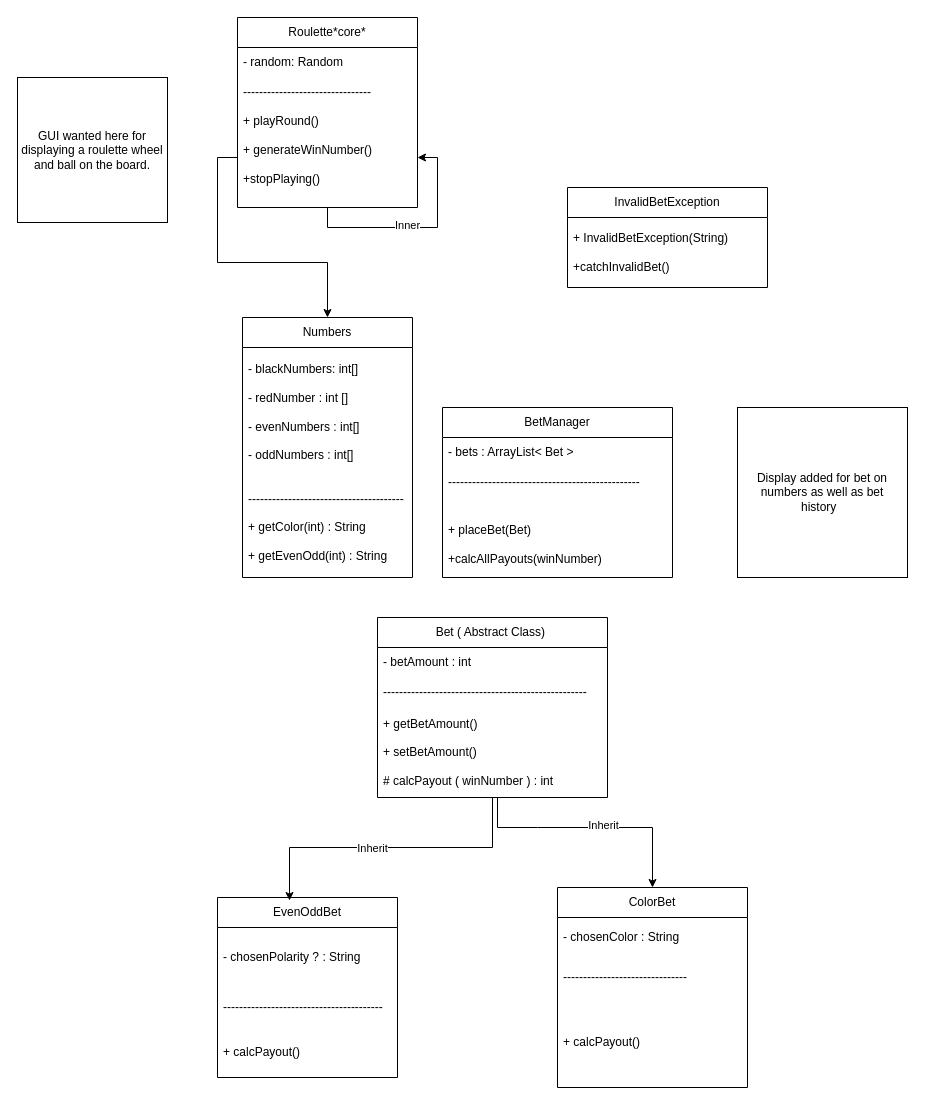
Before: UD1Middy.drawio in CS112-2564-Fall2024/ud1-it-s-not-gambling-it-s-research, a draw.io diagram. Source tidied: cells renumbered, new cells numbered last; positions are measured from the earlier drawing's top-left corner, leaving out a move shared by most shapes. Both pictures are drawn from the tidied source at 100%, with x=0, y=0 at pixel (17, 17).
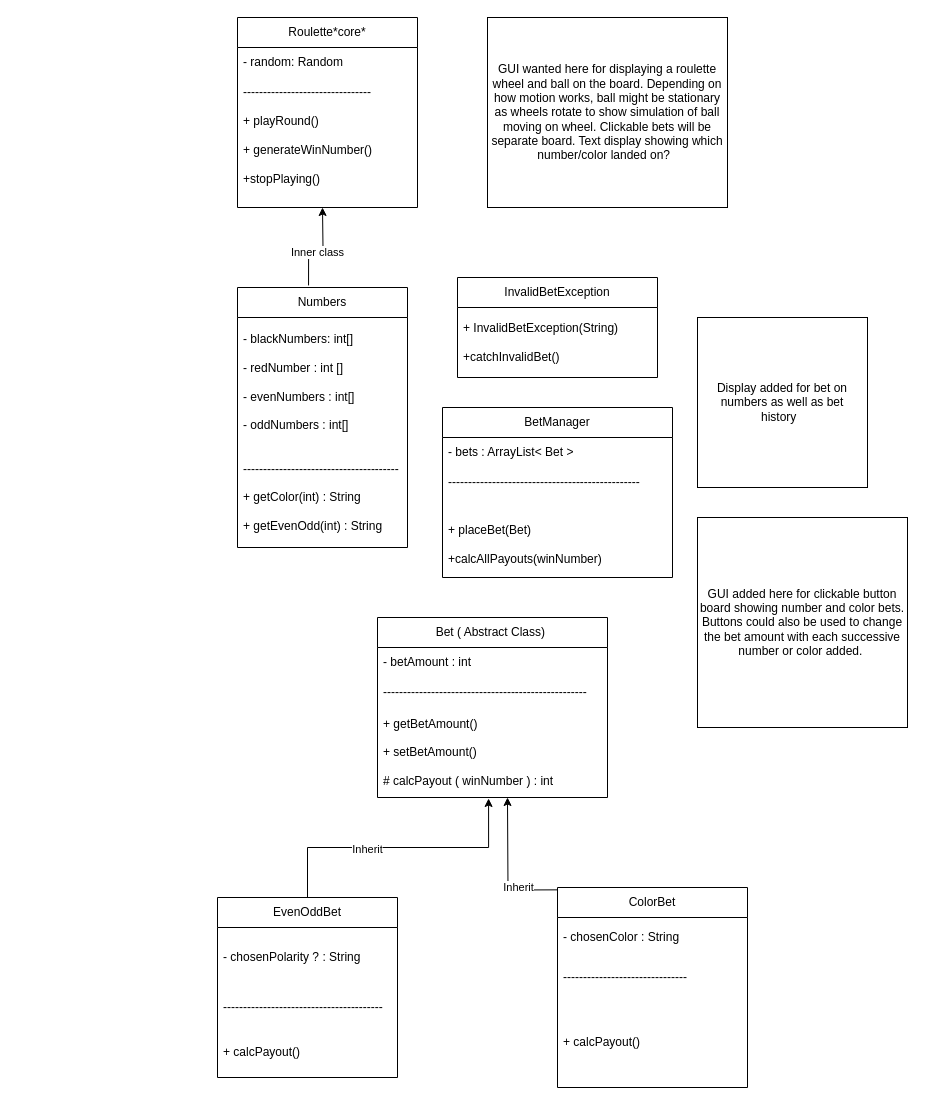
Above is the later version.

Unchanged cells that the change refers to:
```xml
<mxCell id="3" value="Roulette*core*" style="swimlane;fontStyle=0;horizontal=1;startSize=30;whiteSpace=wrap;html=1;" parent="1" vertex="1">
  <mxGeometry x="220" width="180" height="190" as="geometry" />
</mxCell>
<mxCell id="8" value="+ playRound()&lt;div&gt;&lt;br&gt;&lt;div&gt;+ generateWinNumber()&lt;/div&gt;&lt;div&gt;&lt;br&gt;&lt;/div&gt;&lt;div&gt;+stopPlaying()&lt;/div&gt;&lt;div&gt;&lt;br&gt;&lt;/div&gt;&lt;/div&gt;" style="text;strokeColor=none;fillColor=none;align=left;verticalAlign=middle;spacingLeft=4;spacingRight=4;overflow=hidden;points=[[0,0.5],[1,0.5]];portConstraint=eastwest;whiteSpace=wrap;html=1;" parent="3" vertex="1">
  <mxGeometry y="90" width="180" height="100" as="geometry" />
</mxCell>
<mxCell id="12" value="Bet ( Abstract Class)&amp;nbsp;" style="swimlane;fontStyle=0;horizontal=1;startSize=30;whiteSpace=wrap;html=1;" parent="1" vertex="1">
  <mxGeometry x="360" y="600" width="230" height="180" as="geometry" />
</mxCell>
<mxCell id="15" value="+ getBetAmount()&lt;div&gt;&lt;br&gt;&lt;/div&gt;&lt;div&gt;+ setBetAmount()&lt;/div&gt;&lt;div&gt;&lt;br&gt;&lt;/div&gt;&lt;div&gt;# calcPayout ( winNumber ) : int&amp;nbsp;&lt;/div&gt;" style="text;strokeColor=none;fillColor=none;align=left;verticalAlign=middle;spacingLeft=4;spacingRight=4;overflow=hidden;points=[[0,0.5],[1,0.5]];portConstraint=eastwest;whiteSpace=wrap;html=1;" parent="12" vertex="1">
  <mxGeometry y="90" width="230" height="90" as="geometry" />
</mxCell>
<mxCell id="16" value="EvenOddBet" style="swimlane;fontStyle=0;horizontal=1;startSize=30;whiteSpace=wrap;html=1;" parent="1" vertex="1">
  <mxGeometry x="200" y="880" width="180" height="180" as="geometry" />
</mxCell>
<mxCell id="20" value="ColorBet" style="swimlane;fontStyle=0;horizontal=1;startSize=30;whiteSpace=wrap;html=1;" parent="1" vertex="1">
  <mxGeometry x="540" y="870" width="190" height="200" as="geometry" />
</mxCell>
```

Diff of the diagram source:
```diff
@@
-    <mxCell id="2" style="edgeStyle=orthogonalEdgeStyle;rounded=0;jettySize=auto;html=1;" parent="1" edge="1" source="8" target="9">
-      <mxGeometry relative="1" as="geometry" />
-    </mxCell>
@@
-    <mxCell id="6" style="edgeStyle=orthogonalEdgeStyle;rounded=0;jettySize=auto;html=1;" parent="3" edge="1" source="3" target="8">
-      <mxGeometry relative="1" as="geometry" />
-    </mxCell>
-    <mxCell id="7" value="Inner" style="edgeLabel;html=1;align=center;verticalAlign=middle;" parent="6" vertex="1">
-      <mxGeometry x="-0.1" y="3" relative="1" as="geometry" />
-    </mxCell>
@@
+    <mxCell id="36" style="edgeStyle=orthogonalEdgeStyle;rounded=0;jettySize=auto;html=1;exitX=0.418;exitY=-0.008;exitDx=0;exitDy=0;exitPerimeter=0;" parent="1" edge="1" source="9">
+      <mxGeometry relative="1" as="geometry">
+        <mxPoint x="305" y="190" as="targetPoint" />
+      </mxGeometry>
+    </mxCell>
+    <mxCell id="37" value="Inner class" style="edgeLabel;html=1;align=center;verticalAlign=middle;" parent="36" vertex="1">
+      <mxGeometry y="-3" relative="1" as="geometry">
+        <mxPoint y="1" as="offset" />
+      </mxGeometry>
+    </mxCell>
     <mxCell id="9" value="Numbers" style="swimlane;fontStyle=0;horizontal=1;startSize=30;whiteSpace=wrap;html=1;" parent="1" vertex="1">
-      <mxGeometry x="225" y="300" width="170" height="260" as="geometry" />
+      <mxGeometry x="220" y="270" width="170" height="260" as="geometry" />
     </mxCell>
@@
+    <mxCell id="38" style="edgeStyle=orthogonalEdgeStyle;rounded=0;orthogonalLoop=1;jettySize=auto;html=1;entryX=0.461;entryY=0.978;entryDx=0;entryDy=0;entryPerimeter=0;" parent="12" edge="1">
+      <mxGeometry relative="1" as="geometry">
+        <mxPoint x="299" y="272" as="sourcePoint" />
+        <mxPoint x="130" y="180" as="targetPoint" />
+      </mxGeometry>
+    </mxCell>
+    <mxCell id="39" value="Inherit" style="edgeLabel;html=1;align=center;verticalAlign=middle;" parent="38" vertex="1">
+      <mxGeometry x="0.21" y="-3" relative="1" as="geometry" />
+    </mxCell>
@@
-    <mxCell id="24" style="edgeStyle=orthogonalEdgeStyle;rounded=0;jettySize=auto;html=1;entryX=0.4;entryY=0.017;entryDx=0;entryDy=0;entryPerimeter=0;" parent="1" edge="1" source="12" target="16">
-      <mxGeometry relative="1" as="geometry" />
-    </mxCell>
-    <mxCell id="25" value="Inherit" style="edgeLabel;html=1;align=center;verticalAlign=middle;" parent="24" vertex="1">
-      <mxGeometry x="0.12" relative="1" as="geometry" />
-    </mxCell>
-    <mxCell id="26" style="edgeStyle=orthogonalEdgeStyle;rounded=0;jettySize=auto;html=1;entryX=0.5;entryY=0;entryDx=0;entryDy=0;" parent="1" edge="1" target="20">
-      <mxGeometry relative="1" as="geometry">
-        <mxPoint x="480" y="780" as="sourcePoint" />
-        <Array as="points">
-          <mxPoint x="520" y="810" />
-          <mxPoint x="680" y="810" />
-        </Array>
-      </mxGeometry>
-    </mxCell>
-    <mxCell id="27" value="Inherit" style="edgeLabel;html=1;align=center;verticalAlign=middle;" parent="26" vertex="1">
-      <mxGeometry x="0.1" y="3" relative="1" as="geometry" />
-    </mxCell>
     <mxCell id="28" value="InvalidBetException" style="swimlane;fontStyle=0;horizontal=1;startSize=30;whiteSpace=wrap;html=1;" parent="1" vertex="1">
-      <mxGeometry x="550" y="170" width="200" height="100" as="geometry" />
+      <mxGeometry x="440" y="260" width="200" height="100" as="geometry" />
     </mxCell>
@@
-    <mxCell id="34" value="GUI wanted here for displaying a roulette wheel and ball on the board." style="rounded=0;whiteSpace=wrap;html=1;" parent="1" vertex="1">
-      <mxGeometry y="60" width="150" height="145" as="geometry" />
+    <mxCell id="34" value="GUI wanted here for displaying a roulette wheel and ball on the board. Depending on how motion works, ball might be stationary as wheels rotate to show simulation of ball moving on wheel. Clickable bets will be separate board. Text display showing which number/color landed on?&amp;nbsp;&amp;nbsp;" style="rounded=0;whiteSpace=wrap;html=1;" parent="1" vertex="1">
+      <mxGeometry x="470" width="240" height="190" as="geometry" />
     </mxCell>
     <mxCell id="35" value="Display added for bet on numbers as well as bet history&amp;nbsp;&amp;nbsp;" style="whiteSpace=wrap;html=1;" parent="1" vertex="1">
-      <mxGeometry x="720" y="390" width="170" height="170" as="geometry" />
+      <mxGeometry x="680" y="300" width="170" height="170" as="geometry" />
     </mxCell>
+    <mxCell id="40" value="GUI added here for clickable button board showing number and color bets. Buttons could also be used to change the bet amount with each successive number or color added.&amp;nbsp;" style="whiteSpace=wrap;html=1;" parent="1" vertex="1">
+      <mxGeometry x="680" y="500" width="210" height="210" as="geometry" />
+    </mxCell>
+    <mxCell id="41" style="edgeStyle=orthogonalEdgeStyle;rounded=0;jettySize=auto;html=1;entryX=0.483;entryY=1.011;entryDx=0;entryDy=0;entryPerimeter=0;" parent="1" edge="1" source="16" target="15">
+      <mxGeometry relative="1" as="geometry" />
+    </mxCell>
+    <mxCell id="42" value="Inherit" style="edgeLabel;html=1;align=center;verticalAlign=middle;" parent="41" vertex="1">
+      <mxGeometry x="-0.22" y="-1" relative="1" as="geometry" />
+    </mxCell>
```
